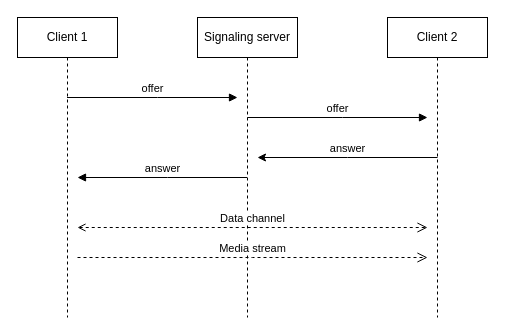
Before: Untitled Diagram.drawio in Kitsune-cop/Object-Detection-Yolo-WebRTC, a draw.io diagram. Source tidied: cells renumbered, new cells numbered last; positions are measured from the earlier drawing's top-left corner, leaving out a move shared by most shapes. Both pictures are drawn from the tidied source at 100%, with x=0, y=0 at pixel (17, 17).
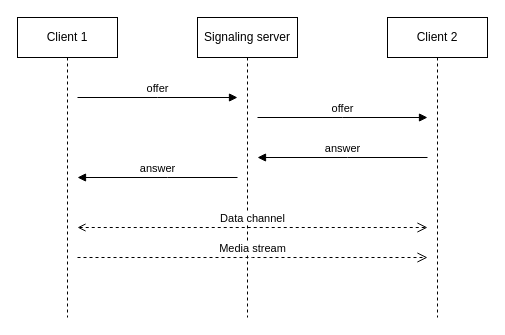
After the change.

The change refers to these unchanged cells:
```xml
<mxCell id="2" value="Client 1" style="shape=umlLifeline;perimeter=lifelinePerimeter;whiteSpace=wrap;html=1;outlineConnect=0;portConstraint=eastwest;newEdgeStyle={&quot;edgeStyle&quot;:&quot;elbowEdgeStyle&quot;,&quot;elbow&quot;:&quot;vertical&quot;,&quot;curved&quot;:0,&quot;rounded&quot;:0};" parent="1" vertex="1">
  <mxGeometry width="100" height="300" as="geometry" />
</mxCell>
```

What changed in the source:
```diff
@@
-    <mxCell id="4" value="offer" style="html=1;verticalAlign=bottom;endArrow=block;edgeStyle=elbowEdgeStyle;elbow=vertical;curved=0;rounded=0;" parent="1" edge="1" source="2">
+    <mxCell id="4" value="offer" style="html=1;verticalAlign=bottom;endArrow=block;edgeStyle=elbowEdgeStyle;elbow=vertical;curved=0;rounded=0;" parent="1" edge="1">
       <mxGeometry relative="1" as="geometry">
+        <mxPoint x="60" y="80" as="sourcePoint" />
         <mxPoint x="220" y="80" as="targetPoint" />
         <Array as="points">
           <mxPoint x="140" y="80" />
         </Array>
       </mxGeometry>
     </mxCell>
     <mxCell id="5" value="answer" style="html=1;verticalAlign=bottom;endArrow=block;edgeStyle=elbowEdgeStyle;elbow=vertical;curved=0;rounded=0;" parent="1" edge="1">
       <mxGeometry relative="1" as="geometry">
-        <mxPoint x="229.5" y="160" as="sourcePoint" />
+        <mxPoint x="220" y="160" as="sourcePoint" />
         <mxPoint x="60" y="160" as="targetPoint" />
         <Array as="points">
           <mxPoint x="150" y="160" />
         </Array>
       </mxGeometry>
     </mxCell>
-    <mxCell id="6" value="Data channel" style="html=1;verticalAlign=bottom;endArrow=open;dashed=1;endSize=8;rounded=0;startArrow=open;startFill=0;elbow=vertical;edgeStyle=elbowEdgeStyle;" parent="1" edge="1">
+    <mxCell id="6" value="Data channel" style="html=1;verticalAlign=bottom;endArrow=open;dashed=1;endSize=8;rounded=0;startArrow=open;startFill=0;edgeStyle=elbowEdgeStyle;elbow=vertical;strokeColor=default;" parent="1" edge="1">
       <mxGeometry relative="1" as="geometry">
         <mxPoint x="60" y="210" as="sourcePoint" />
         <mxPoint x="410" y="210" as="targetPoint" />
       </mxGeometry>
     </mxCell>
@@
     <mxCell id="8" value="offer" style="html=1;verticalAlign=bottom;endArrow=block;edgeStyle=elbowEdgeStyle;elbow=vertical;curved=0;rounded=0;" parent="1" edge="1">
       <mxGeometry relative="1" as="geometry">
-        <mxPoint x="229.8" y="100" as="sourcePoint" />
+        <mxPoint x="240" y="100" as="sourcePoint" />
         <mxPoint x="410" y="100" as="targetPoint" />
         <Array as="points">
           <mxPoint x="325" y="100" />
         </Array>
       </mxGeometry>
     </mxCell>
-    <mxCell id="9" value="answer" style="html=1;verticalAlign=bottom;endArrow=classic;edgeStyle=elbowEdgeStyle;elbow=vertical;curved=0;rounded=0;endFill=1;" parent="1" edge="1">
+    <mxCell id="9" value="answer" style="html=1;verticalAlign=bottom;endArrow=block;edgeStyle=elbowEdgeStyle;elbow=vertical;curved=0;rounded=0;endFill=1;" parent="1" edge="1">
       <mxGeometry relative="1" as="geometry">
-        <mxPoint x="420" y="140" as="sourcePoint" />
+        <mxPoint x="410" y="140" as="sourcePoint" />
         <mxPoint x="240" y="140" as="targetPoint" />
         <Array as="points">
           <mxPoint x="330" y="140" />
         </Array>
       </mxGeometry>
     </mxCell>
```
